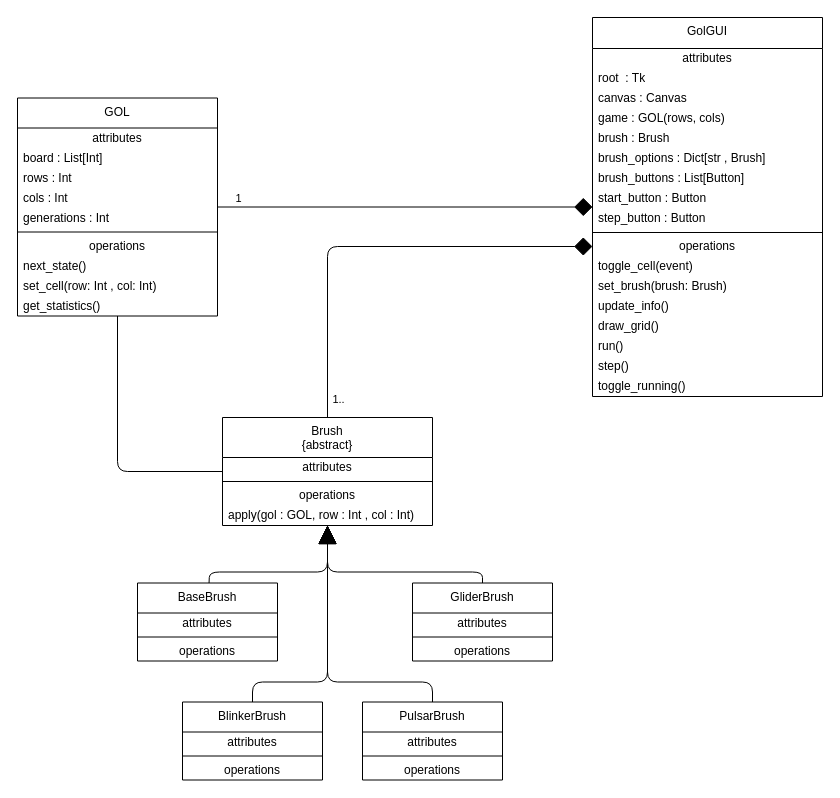
Bence0208/Game_of_life keeps this draw.io diagram as structure.drawio. Above is the earlier version. Source tidied: cells renumbered, new cells numbered last; positions are measured from the earlier drawing's top-left corner, leaving out a move shared by most shapes. Both pictures are drawn from the tidied source at 100%, with x=0, y=0 at pixel (17, 17).
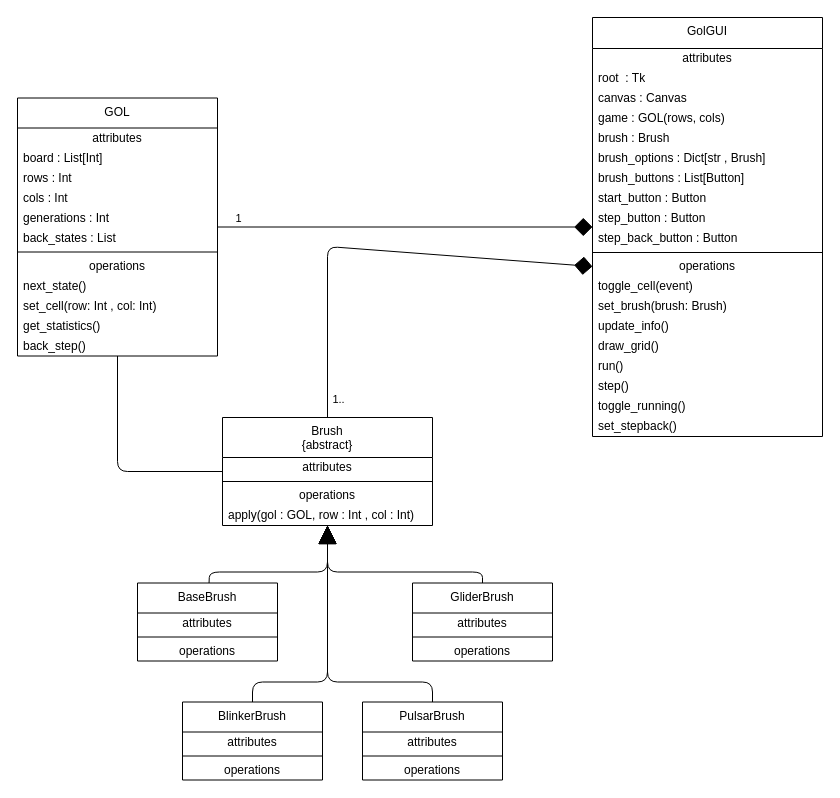
The same diagram, later.

What changed in the source:
```diff
@@
     <mxCell id="2" value="GolGUI" style="swimlane;fontStyle=0;align=center;verticalAlign=top;horizontal=1;startSize=31;html=1;whiteSpace=wrap;" parent="1" vertex="1">
-      <mxGeometry x="575" width="230" height="379" as="geometry" />
+      <mxGeometry x="575" width="230" height="419" as="geometry" />
     </mxCell>
@@
+    <mxCell id="62" value="step_back_button : Button" style="text;html=1;strokeColor=none;fillColor=none;align=left;verticalAlign=middle;spacingLeft=4;spacingRight=4;overflow=hidden;whiteSpace=wrap;" parent="2" vertex="1">
+      <mxGeometry y="211" width="230" height="20" as="geometry" />
+    </mxCell>
     <mxCell id="12" style="line;strokeWidth=1;fillColor=none;align=left;verticalAlign=middle;spacingTop=-1;spacingLeft=3;spacingRight=3;labelPosition=right;" parent="2" vertex="1">
-      <mxGeometry y="211" width="230" height="8" as="geometry" />
+      <mxGeometry y="231" width="230" height="8" as="geometry" />
     </mxCell>
     <mxCell id="13" value="operations" style="text;html=1;strokeColor=none;fillColor=none;align=center;verticalAlign=middle;spacingLeft=4;spacingRight=4;overflow=hidden;points=[[0,0.5],[1,0.5]];portConstraint=eastwest;whiteSpace=wrap;" parent="2" vertex="1">
-      <mxGeometry y="219" width="230" height="20" as="geometry" />
+      <mxGeometry y="239" width="230" height="20" as="geometry" />
     </mxCell>
     <mxCell id="14" value="toggle_cell(event)" style="text;html=1;strokeColor=none;fillColor=none;align=left;verticalAlign=middle;spacingLeft=4;spacingRight=4;overflow=hidden;whiteSpace=wrap;" parent="2" vertex="1">
-      <mxGeometry y="239" width="230" height="20" as="geometry" />
+      <mxGeometry y="259" width="230" height="20" as="geometry" />
     </mxCell>
     <mxCell id="15" value="set_brush(brush: Brush)" style="text;html=1;strokeColor=none;fillColor=none;align=left;verticalAlign=middle;spacingLeft=4;spacingRight=4;overflow=hidden;whiteSpace=wrap;" parent="2" vertex="1">
-      <mxGeometry y="259" width="230" height="20" as="geometry" />
+      <mxGeometry y="279" width="230" height="20" as="geometry" />
     </mxCell>
     <mxCell id="16" value="update_info()" style="text;html=1;strokeColor=none;fillColor=none;align=left;verticalAlign=middle;spacingLeft=4;spacingRight=4;overflow=hidden;whiteSpace=wrap;" parent="2" vertex="1">
-      <mxGeometry y="279" width="230" height="20" as="geometry" />
+      <mxGeometry y="299" width="230" height="20" as="geometry" />
     </mxCell>
     <mxCell id="17" value="draw_grid()" style="text;html=1;strokeColor=none;fillColor=none;align=left;verticalAlign=middle;spacingLeft=4;spacingRight=4;overflow=hidden;whiteSpace=wrap;" parent="2" vertex="1">
-      <mxGeometry y="299" width="230" height="20" as="geometry" />
+      <mxGeometry y="319" width="230" height="20" as="geometry" />
     </mxCell>
     <mxCell id="18" value="run()" style="text;html=1;strokeColor=none;fillColor=none;align=left;verticalAlign=middle;spacingLeft=4;spacingRight=4;overflow=hidden;whiteSpace=wrap;" parent="2" vertex="1">
-      <mxGeometry y="319" width="230" height="20" as="geometry" />
+      <mxGeometry y="339" width="230" height="20" as="geometry" />
     </mxCell>
     <mxCell id="19" value="step()" style="text;html=1;strokeColor=none;fillColor=none;align=left;verticalAlign=middle;spacingLeft=4;spacingRight=4;overflow=hidden;whiteSpace=wrap;" parent="2" vertex="1">
-      <mxGeometry y="339" width="230" height="20" as="geometry" />
+      <mxGeometry y="359" width="230" height="20" as="geometry" />
     </mxCell>
     <mxCell id="20" value="toggle_running()" style="text;html=1;strokeColor=none;fillColor=none;align=left;verticalAlign=middle;spacingLeft=4;spacingRight=4;overflow=hidden;whiteSpace=wrap;" parent="2" vertex="1">
-      <mxGeometry y="359" width="230" height="20" as="geometry" />
+      <mxGeometry y="379" width="230" height="20" as="geometry" />
     </mxCell>
+    <mxCell id="63" value="set_stepback()" style="text;html=1;strokeColor=none;fillColor=none;align=left;verticalAlign=middle;spacingLeft=4;spacingRight=4;overflow=hidden;whiteSpace=wrap;" parent="2" vertex="1">
+      <mxGeometry y="399" width="230" height="20" as="geometry" />
+    </mxCell>
     <mxCell id="21" value="GOL" style="swimlane;fontStyle=0;align=center;verticalAlign=top;horizontal=1;startSize=30;html=1;whiteSpace=wrap;" parent="1" vertex="1">
-      <mxGeometry y="80.5" width="200" height="218" as="geometry" />
+      <mxGeometry y="80.5" width="200" height="258" as="geometry" />
     </mxCell>
@@
+    <mxCell id="64" value="back_states : List&lt;div&gt;&lt;br&gt;&lt;/div&gt;" style="text;html=1;strokeColor=none;fillColor=none;align=left;verticalAlign=middle;spacingLeft=4;spacingRight=4;overflow=hidden;whiteSpace=wrap;" parent="21" vertex="1">
+      <mxGeometry y="130" width="200" height="20" as="geometry" />
+    </mxCell>
     <mxCell id="27" style="line;strokeWidth=1;fillColor=none;align=left;verticalAlign=middle;spacingTop=-1;spacingLeft=3;spacingRight=3;labelPosition=right;" parent="21" vertex="1">
-      <mxGeometry y="130" width="200" height="8" as="geometry" />
+      <mxGeometry y="150" width="200" height="8" as="geometry" />
     </mxCell>
     <mxCell id="28" value="operations" style="text;html=1;strokeColor=none;fillColor=none;align=center;verticalAlign=middle;spacingLeft=4;spacingRight=4;overflow=hidden;whiteSpace=wrap;" parent="21" vertex="1">
-      <mxGeometry y="138" width="200" height="20" as="geometry" />
+      <mxGeometry y="158" width="200" height="20" as="geometry" />
     </mxCell>
     <mxCell id="29" value="next_state()" style="text;html=1;strokeColor=none;fillColor=none;align=left;verticalAlign=middle;spacingLeft=4;spacingRight=4;overflow=hidden;whiteSpace=wrap;" parent="21" vertex="1">
-      <mxGeometry y="158" width="200" height="20" as="geometry" />
+      <mxGeometry y="178" width="200" height="20" as="geometry" />
     </mxCell>
     <mxCell id="30" value="set_cell(row: Int , col: Int)" style="text;html=1;strokeColor=none;fillColor=none;align=left;verticalAlign=middle;spacingLeft=4;spacingRight=4;overflow=hidden;whiteSpace=wrap;" parent="21" vertex="1">
-      <mxGeometry y="178" width="200" height="20" as="geometry" />
+      <mxGeometry y="198" width="200" height="20" as="geometry" />
     </mxCell>
     <mxCell id="31" value="get_statistics()" style="text;html=1;strokeColor=none;fillColor=none;align=left;verticalAlign=middle;spacingLeft=4;spacingRight=4;overflow=hidden;whiteSpace=wrap;" parent="21" vertex="1">
-      <mxGeometry y="198" width="200" height="20" as="geometry" />
+      <mxGeometry y="218" width="200" height="20" as="geometry" />
     </mxCell>
+    <mxCell id="65" value="back_step()" style="text;html=1;strokeColor=none;fillColor=none;align=left;verticalAlign=middle;spacingLeft=4;spacingRight=4;overflow=hidden;whiteSpace=wrap;" parent="21" vertex="1">
+      <mxGeometry y="238" width="200" height="20" as="geometry" />
+    </mxCell>
```
